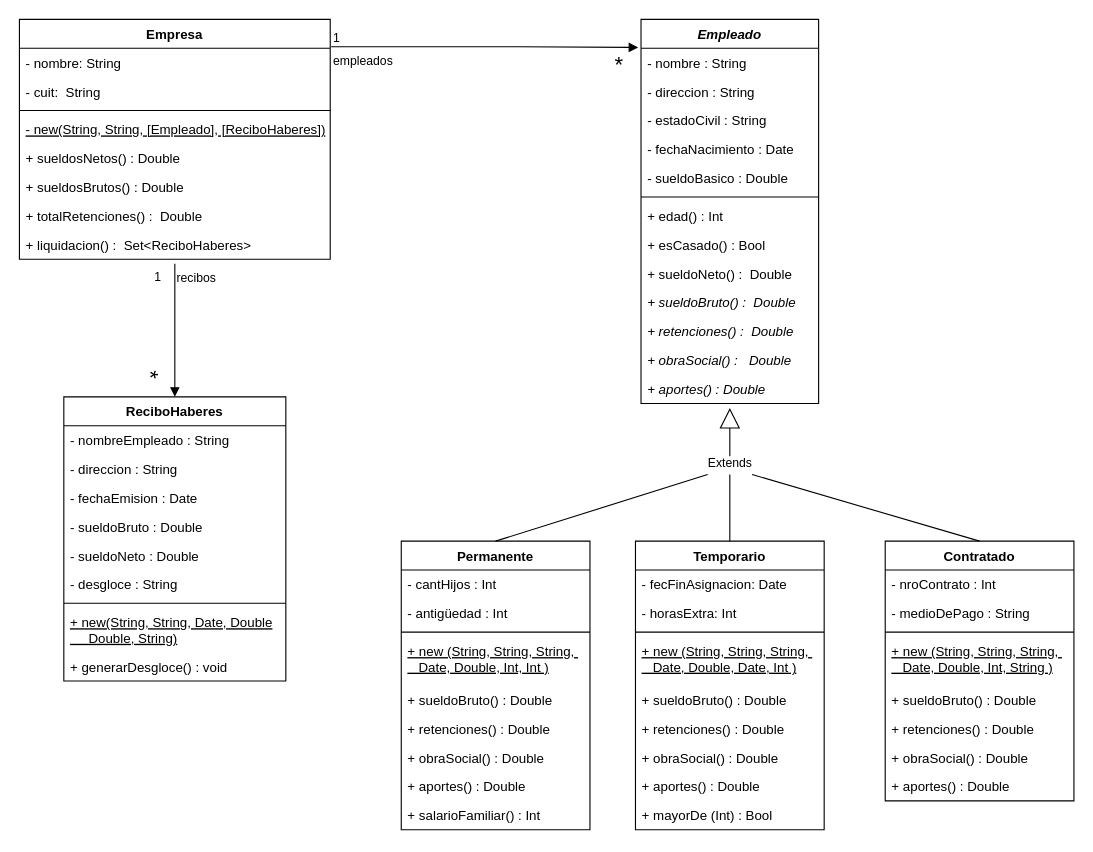
Earlier version of the draw.io diagram empresa-uml.drawio (Juan-Insa/poo2). Source tidied: cells renumbered, new cells numbered last; positions are measured from the earlier drawing's top-left corner, leaving out a move shared by most shapes. Both pictures are drawn from the tidied source at 111%, with x=0, y=0 at pixel (19, 19).
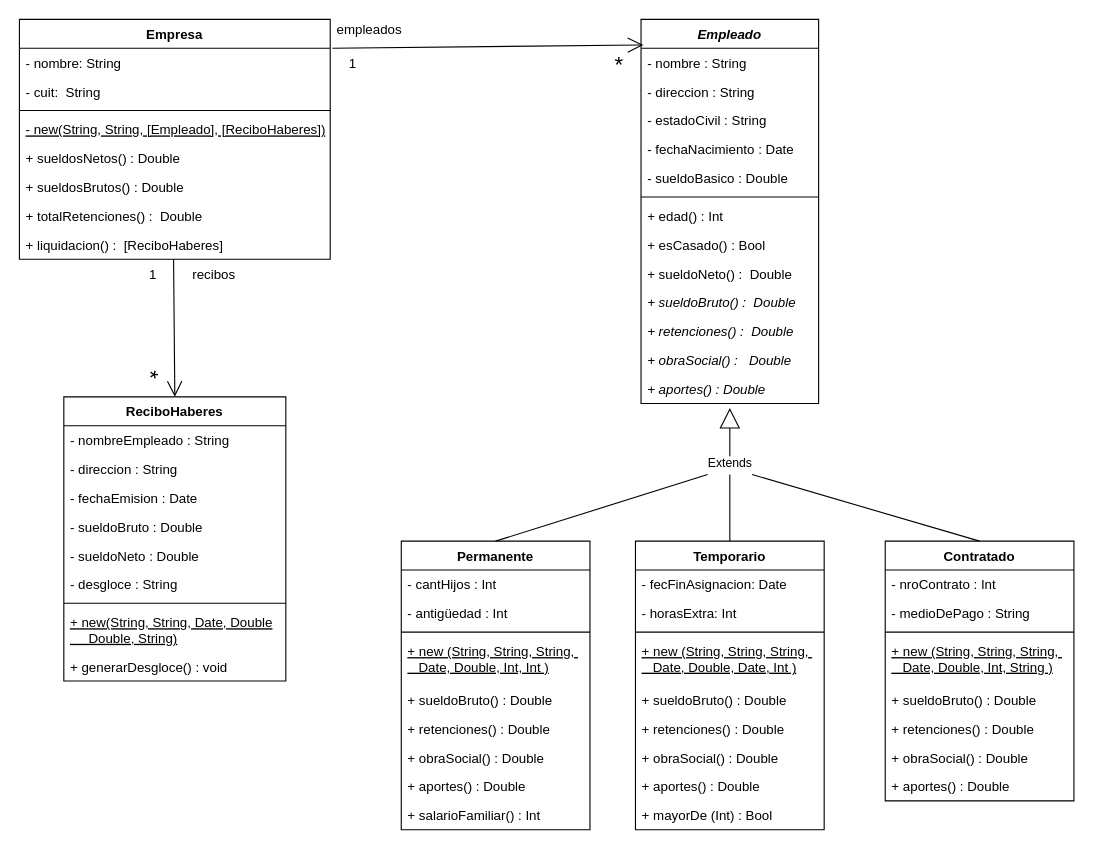
After the change.

Unchanged cells that the change refers to:
```xml
<mxCell id="2" value="Empresa" style="swimlane;fontStyle=1;align=center;verticalAlign=top;horizontal=1;startSize=26;" parent="1" vertex="1">
  <mxGeometry width="280" height="216" as="geometry" />
</mxCell>
<mxCell id="3" value="- nombre: String" style="text;strokeColor=none;fillColor=none;align=left;verticalAlign=top;spacingLeft=4;spacingRight=4;overflow=hidden;points=[[0,0.5],[1,0.5]];portConstraint=eastwest;" parent="2" vertex="1">
  <mxGeometry y="26" width="280" height="26" as="geometry" />
</mxCell>
<mxCell id="13" value="Empleado" style="swimlane;fontStyle=3;align=center;verticalAlign=top;horizontal=1;startSize=26;" parent="1" vertex="1">
  <mxGeometry x="560" width="160" height="346" as="geometry" />
</mxCell>
<mxCell id="14" value="- nombre : String" style="text;strokeColor=none;fillColor=none;align=left;verticalAlign=top;spacingLeft=4;spacingRight=4;overflow=hidden;points=[[0,0.5],[1,0.5]];portConstraint=eastwest;" parent="13" vertex="1">
  <mxGeometry y="26" width="160" height="26" as="geometry" />
</mxCell>
<mxCell id="50" value="ReciboHaberes" style="swimlane;fontStyle=1;align=center;verticalAlign=top;horizontal=1;startSize=26;" parent="1" vertex="1">
  <mxGeometry x="40" y="340" width="200" height="256" as="geometry" />
</mxCell>
```

Change to the diagram source:
```diff
@@
-    <mxCell id="10" value="+ liquidacion() :  Set&lt;ReciboHaberes&gt;" style="text;strokeColor=none;fillColor=none;align=left;verticalAlign=top;spacingLeft=4;spacingRight=4;overflow=hidden;points=[[0,0.5],[1,0.5]];portConstraint=eastwest;" parent="2" vertex="1">
+    <mxCell id="10" value="+ liquidacion() :  [ReciboHaberes]" style="text;strokeColor=none;fillColor=none;align=left;verticalAlign=top;spacingLeft=4;spacingRight=4;overflow=hidden;points=[[0,0.5],[1,0.5]];portConstraint=eastwest;" parent="2" vertex="1">
       <mxGeometry y="190" width="280" height="26" as="geometry" />
     </mxCell>
-    <mxCell id="11" value="empleados" style="endArrow=block;endFill=1;html=1;edgeStyle=orthogonalEdgeStyle;align=left;verticalAlign=top;rounded=0;exitX=1.003;exitY=0.114;exitDx=0;exitDy=0;exitPerimeter=0;entryX=-0.016;entryY=0.073;entryDx=0;entryDy=0;entryPerimeter=0;" parent="1" edge="1" source="2" target="13">
-      <mxGeometry x="-1" relative="1" as="geometry">
-        <Array as="points">
-          <mxPoint x="450" y="25" />
-        </Array>
-      </mxGeometry>
-    </mxCell>
-    <mxCell id="12" value="1" style="edgeLabel;html=1;align=left;verticalAlign=bottom;" parent="11" vertex="1">
-      <mxGeometry x="-1" relative="1" as="geometry" />
-    </mxCell>
@@
-    <mxCell id="60" value="recibos" style="endArrow=block;endFill=1;html=1;edgeStyle=orthogonalEdgeStyle;align=left;verticalAlign=top;rounded=0;entryX=0.5;entryY=0;entryDx=0;entryDy=0;" parent="1" edge="1" target="50">
-      <mxGeometry x="-1" relative="1" as="geometry">
-        <mxPoint x="140" y="220" as="sourcePoint" />
-        <Array as="points">
-          <mxPoint x="140" y="220" />
-        </Array>
-      </mxGeometry>
-    </mxCell>
-    <mxCell id="61" value="1" style="edgeLabel;html=1;align=left;verticalAlign=bottom;" parent="60" vertex="1">
-      <mxGeometry x="-1" relative="1" as="geometry">
-        <mxPoint x="-20" y="20" as="offset" />
-      </mxGeometry>
-    </mxCell>
@@
+    <mxCell id="74" style="endArrow=open;endFill=1;endSize=12;html=1;rounded=0;exitX=0.496;exitY=1;exitDx=0;exitDy=0;exitPerimeter=0;entryX=0.5;entryY=0;entryDx=0;entryDy=0;" parent="1" edge="1" source="10" target="50">
+      <mxGeometry relative="1" as="geometry" />
+    </mxCell>
+    <mxCell id="75" value="1" style="text;html=1;align=center;verticalAlign=middle;strokeColor=none;fillColor=none;" parent="1" vertex="1">
+      <mxGeometry x="110" y="220" width="20" height="20" as="geometry" />
+    </mxCell>
+    <mxCell id="60" value="recibos" style="text;html=1;align=center;verticalAlign=middle;strokeColor=none;fillColor=none;" parent="1" vertex="1">
+      <mxGeometry x="150" y="220" width="50" height="20" as="geometry" />
+    </mxCell>
+    <mxCell id="76" style="endArrow=open;endFill=1;endSize=12;html=1;rounded=0;exitX=1.007;exitY=0;exitDx=0;exitDy=0;entryX=0.013;entryY=-0.115;entryDx=0;entryDy=0;entryPerimeter=0;exitPerimeter=0;" parent="1" edge="1" source="3" target="14">
+      <mxGeometry relative="1" as="geometry" />
+    </mxCell>
+    <mxCell id="77" value="1" style="text;html=1;align=center;verticalAlign=middle;strokeColor=none;fillColor=none;" parent="1" vertex="1">
+      <mxGeometry x="290" y="30" width="20" height="20" as="geometry" />
+    </mxCell>
+    <mxCell id="11" value="empleados" style="text;html=1;align=center;verticalAlign=middle;strokeColor=none;fillColor=none;" parent="1" vertex="1">
+      <mxGeometry x="280" width="70" height="20" as="geometry" />
+    </mxCell>
```
